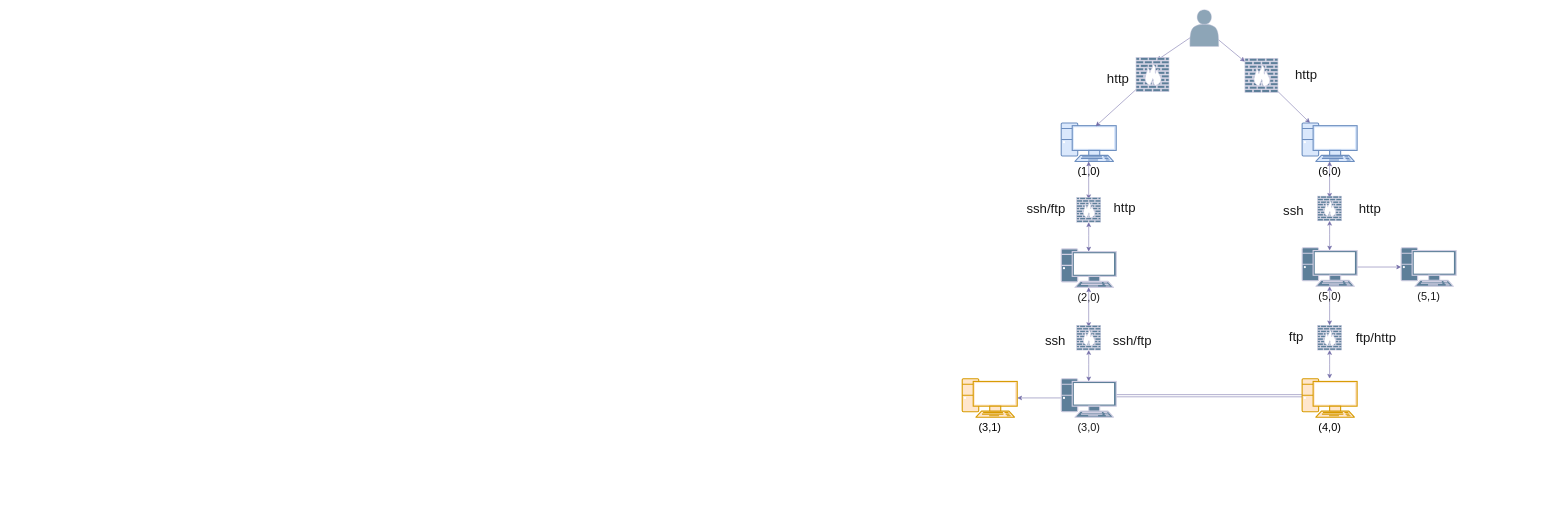
Before: 网络拓扑图.drawio in LaanTuring/MyFirst, a draw.io diagram. Source tidied: cells renumbered, new cells numbered last; positions are measured from the earlier drawing's top-left corner, leaving out a move shared by most shapes. Both pictures are drawn from the tidied source at 55%, with x=0, y=0 at pixel (962, 9).
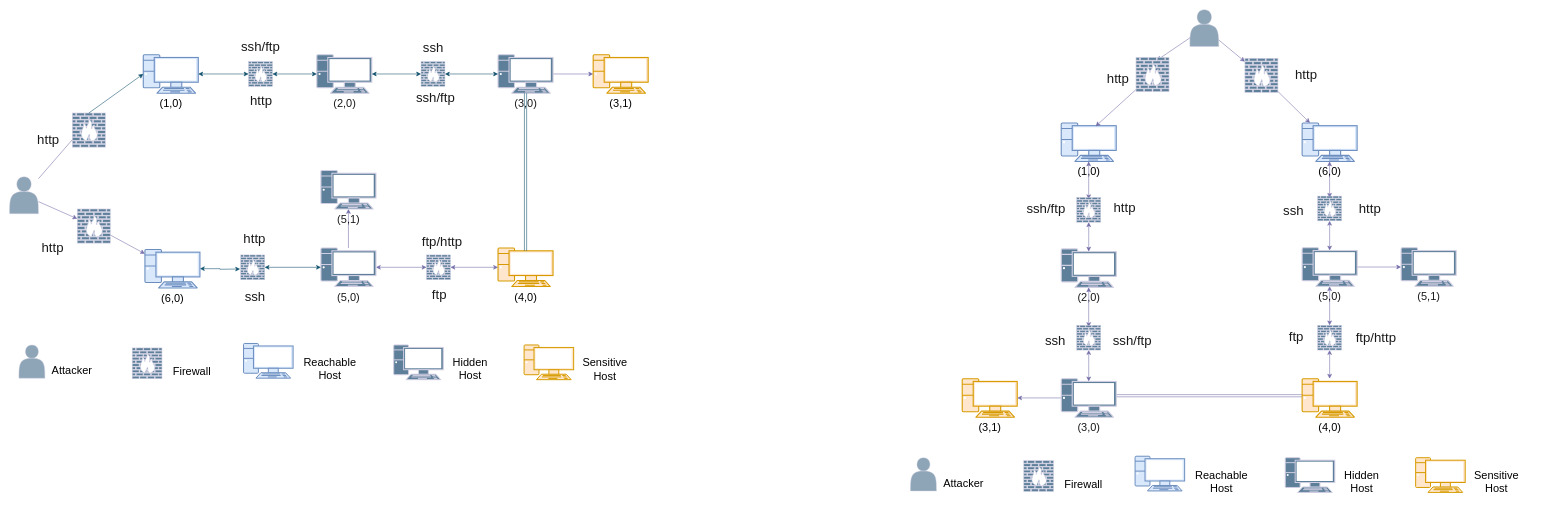
The same diagram, later.

Commit message (it also covers changes not shown here):
更新网络拓扑图.drawio

Change to the diagram source:
```diff
@@
+    <mxCell id="42" style="group;fontSize=20;" parent="1" vertex="1">
+      <mxGeometry x="-94" y="812" width="1133.5" height="74.9" as="geometry" />
+    </mxCell>
+    <mxCell id="43" style="verticalAlign=top;verticalLabelPosition=bottom;labelPosition=center;align=center;html=1;gradientDirection=north;strokeWidth=2;shape=mxgraph.networks.pc;rounded=1;shadow=0;comic=0;labelBackgroundColor=none;fillColor=#dae8fc;strokeColor=#6c8ebf;" parent="42" vertex="1">
+      <mxGeometry x="408.3" width="90.1" height="63.1" as="geometry" />
+    </mxCell>
+    <mxCell id="44" value="Reachable&lt;div style=&quot;font-size: 20px;&quot;&gt;Host&lt;/div&gt;" style="text;html=1;align=center;verticalAlign=middle;strokeColor=none;fillColor=none;fontColor=#000000;fontSize=20;" parent="42" vertex="1">
+      <mxGeometry x="507.6" y="14.9" width="114" height="60" as="geometry" />
+    </mxCell>
+    <mxCell id="45" style="verticalAlign=top;verticalLabelPosition=bottom;labelPosition=center;align=center;html=1;gradientDirection=north;strokeWidth=2;shape=mxgraph.networks.pc;rounded=1;shadow=0;comic=0;labelBackgroundColor=none;fillColor=#5D7F99;strokeColor=#D0CEE2;fontColor=#1A1A1A;" parent="42" vertex="1">
+      <mxGeometry x="681.3" y="2.7" width="90.1" height="63.1" as="geometry" />
+    </mxCell>
+    <mxCell id="46" value="Hidden&lt;br style=&quot;font-size: 20px;&quot;&gt;&lt;div style=&quot;font-size: 20px;&quot;&gt;Host&lt;/div&gt;" style="text;html=1;align=center;verticalAlign=middle;strokeColor=none;fillColor=none;fontColor=#000000;fontSize=20;" parent="42" vertex="1">
+      <mxGeometry x="779" y="14.9" width="81" height="60" as="geometry" />
+    </mxCell>
+    <mxCell id="47" style="verticalAlign=top;verticalLabelPosition=bottom;labelPosition=center;align=center;html=1;gradientDirection=north;strokeWidth=2;shape=mxgraph.networks.pc;rounded=1;shadow=0;comic=0;labelBackgroundColor=none;fillColor=#ffe6cc;strokeColor=#d79b00;" parent="42" vertex="1">
+      <mxGeometry x="918.4" y="2.7" width="90.1" height="63.1" as="geometry" />
+    </mxCell>
+    <mxCell id="48" value="Sensitive&lt;br style=&quot;font-size: 20px;&quot;&gt;&lt;div style=&quot;font-size: 20px;&quot;&gt;Host&lt;/div&gt;" style="text;html=1;align=center;verticalAlign=middle;strokeColor=none;fillColor=none;fontColor=#000000;fontSize=20;" parent="42" vertex="1">
+      <mxGeometry x="1015.5" y="15.7" width="99" height="60" as="geometry" />
+    </mxCell>
+    <mxCell id="49" style="shape=actor;whiteSpace=wrap;html=1;opacity=70;labelBackgroundColor=none;fillColor=#5D7F99;strokeColor=#D0CEE2;fontColor=#1A1A1A;" parent="42" vertex="1">
+      <mxGeometry y="2.7" width="47.2" height="60.4" as="geometry" />
+    </mxCell>
+    <mxCell id="50" value="&lt;font style=&quot;font-size: 20px;&quot;&gt;Attacker&lt;/font&gt;" style="text;html=1;align=center;verticalAlign=middle;strokeColor=none;fillColor=none;fontColor=#000000;fontSize=20;" parent="42" vertex="1">
+      <mxGeometry x="50.1" y="30" width="91" height="36" as="geometry" />
+    </mxCell>
+    <mxCell id="51" style="verticalAlign=top;verticalLabelPosition=bottom;labelPosition=center;align=center;html=1;gradientDirection=north;strokeWidth=2;shape=mxgraph.networks.firewall;rounded=1;shadow=0;comic=0;labelBackgroundColor=none;fillColor=#5D7F99;strokeColor=#D0CEE2;fontColor=#1A1A1A;" parent="42" vertex="1">
+      <mxGeometry x="205.9" y="8.1" width="54.1" height="55.9" as="geometry" />
+    </mxCell>
+    <mxCell id="52" value="&lt;font style=&quot;font-size: 20px;&quot;&gt;Firewall&lt;/font&gt;" style="text;html=1;align=center;verticalAlign=middle;strokeColor=none;fillColor=none;fontColor=#000000;fontSize=20;" parent="42" vertex="1">
+      <mxGeometry x="270.3" y="31.8" width="87" height="36" as="geometry" />
+    </mxCell>
+    <mxCell id="53" style="rounded=0;jettySize=auto;html=1;strokeColor=#736CA8;fontColor=#1A1A1A;" parent="1" edge="1" source="68" target="64">
+      <mxGeometry relative="1" as="geometry" />
+    </mxCell>
+    <mxCell id="54" style="shape=actor;whiteSpace=wrap;html=1;opacity=70;labelBackgroundColor=none;fillColor=#5D7F99;strokeColor=#D0CEE2;fontColor=#1A1A1A;" parent="1" vertex="1">
+      <mxGeometry x="-1732" y="304" width="52.4" height="67" as="geometry" />
+    </mxCell>
+    <mxCell id="55" value="&lt;font style=&quot;font-size: 20px;&quot;&gt;(1,0)&lt;/font&gt;" style="verticalAlign=top;verticalLabelPosition=bottom;labelPosition=center;align=center;html=1;gradientDirection=north;strokeWidth=2;shape=mxgraph.networks.pc;rounded=1;shadow=0;comic=0;labelBackgroundColor=none;fillColor=#dae8fc;strokeColor=#6c8ebf;" parent="1" vertex="1">
+      <mxGeometry x="-1489" y="82" width="100" height="70" as="geometry" />
+    </mxCell>
+    <mxCell id="56" value="&lt;font style=&quot;font-size: 20px;&quot;&gt;(2,0)&lt;/font&gt;" style="verticalAlign=top;verticalLabelPosition=bottom;labelPosition=center;align=center;html=1;gradientDirection=north;strokeWidth=2;shape=mxgraph.networks.pc;rounded=1;shadow=0;comic=0;labelBackgroundColor=none;fillColor=#5D7F99;strokeColor=#D0CEE2;fontColor=#1A1A1A;" parent="1" vertex="1">
+      <mxGeometry x="-1173.5" y="82" width="100" height="70" as="geometry" />
+    </mxCell>
+    <mxCell id="57" style="edgeStyle=orthogonalEdgeStyle;rounded=0;jettySize=auto;html=1;strokeColor=#736CA8;fontColor=#1A1A1A;" parent="1" edge="1" source="58" target="85">
+      <mxGeometry relative="1" as="geometry" />
+    </mxCell>
+    <mxCell id="58" value="&lt;font style=&quot;font-size: 20px;&quot;&gt;(3,0)&lt;/font&gt;" style="verticalAlign=top;verticalLabelPosition=bottom;labelPosition=center;align=center;html=1;gradientDirection=north;strokeWidth=2;shape=mxgraph.networks.pc;rounded=1;shadow=0;comic=0;labelBackgroundColor=none;fillColor=#5D7F99;strokeColor=#D0CEE2;fontColor=#1A1A1A;" parent="1" vertex="1">
+      <mxGeometry x="-844" y="82" width="100" height="70" as="geometry" />
+    </mxCell>
+    <mxCell id="59" style="edgeStyle=orthogonalEdgeStyle;rounded=0;jettySize=auto;html=1;strokeColor=#736CA8;fontColor=#1A1A1A;startArrow=classic;startFill=1;endArrow=classic;endFill=1;" parent="1" edge="1" source="76" target="62">
+      <mxGeometry relative="1" as="geometry" />
+    </mxCell>
+    <mxCell id="60" value="&lt;font style=&quot;font-size: 20px;&quot;&gt;(4,0)&lt;/font&gt;" style="verticalAlign=top;verticalLabelPosition=bottom;labelPosition=center;align=center;html=1;gradientDirection=north;strokeWidth=2;shape=mxgraph.networks.pc;rounded=1;shadow=0;comic=0;labelBackgroundColor=none;fillColor=#ffe6cc;strokeColor=#d79b00;" parent="1" vertex="1">
+      <mxGeometry x="-844" y="433.5" width="100" height="70" as="geometry" />
+    </mxCell>
+    <mxCell id="61" style="edgeStyle=orthogonalEdgeStyle;rounded=0;jettySize=auto;html=1;strokeColor=#736CA8;fontColor=#1A1A1A;" parent="1" edge="1" source="62" target="84">
+      <mxGeometry relative="1" as="geometry" />
+    </mxCell>
+    <mxCell id="62" value="&lt;font style=&quot;font-size: 20px;&quot;&gt;(5,0)&lt;/font&gt;" style="verticalAlign=top;verticalLabelPosition=bottom;labelPosition=center;align=center;html=1;gradientDirection=north;strokeWidth=2;shape=mxgraph.networks.pc;rounded=1;shadow=0;comic=0;labelBackgroundColor=none;fillColor=#5D7F99;strokeColor=#D0CEE2;fontColor=#1A1A1A;" parent="1" vertex="1">
+      <mxGeometry x="-1166" y="433.5" width="100" height="70" as="geometry" />
+    </mxCell>
+    <mxCell id="63" style="edgeStyle=orthogonalEdgeStyle;rounded=0;jettySize=auto;html=1;exitX=1;exitY=0.5;exitDx=0;exitDy=0;exitPerimeter=0;strokeColor=#0B4D6A;startArrow=classic;startFill=1;" parent="1" edge="1" source="64">
+      <mxGeometry relative="1" as="geometry">
+        <mxPoint x="-1313" y="471.6" as="targetPoint" />
+      </mxGeometry>
+    </mxCell>
+    <mxCell id="64" value="&lt;font style=&quot;font-size: 20px;&quot;&gt;(6,0)&lt;/font&gt;" style="verticalAlign=top;verticalLabelPosition=bottom;labelPosition=center;align=center;html=1;gradientDirection=north;strokeWidth=2;shape=mxgraph.networks.pc;rounded=1;shadow=0;comic=0;labelBackgroundColor=none;fillColor=#dae8fc;strokeColor=#6c8ebf;" parent="1" vertex="1">
+      <mxGeometry x="-1486" y="436" width="100" height="70" as="geometry" />
+    </mxCell>
+    <mxCell id="65" style="rounded=1;jettySize=auto;html=1;entryX=0.626;entryY=0.086;entryDx=0;entryDy=0;entryPerimeter=0;labelBackgroundColor=none;fontColor=default;strokeColor=#736CA8;curved=0;" parent="1" edge="1" source="54" target="66">
+      <mxGeometry relative="1" as="geometry" />
+    </mxCell>
+    <mxCell id="66" style="verticalAlign=top;verticalLabelPosition=bottom;labelPosition=center;align=center;html=1;gradientDirection=north;strokeWidth=2;shape=mxgraph.networks.firewall;rounded=1;shadow=0;comic=0;labelBackgroundColor=none;fillColor=#5D7F99;strokeColor=#D0CEE2;fontColor=#1A1A1A;" parent="1" vertex="1">
+      <mxGeometry x="-1618" y="188" width="60" height="62" as="geometry" />
+    </mxCell>
+    <mxCell id="67" style="rounded=0;jettySize=auto;html=1;strokeColor=#736CA8;fontColor=#1A1A1A;" parent="1" edge="1" source="54" target="68">
+      <mxGeometry relative="1" as="geometry" />
+    </mxCell>
+    <mxCell id="68" style="verticalAlign=top;verticalLabelPosition=bottom;labelPosition=center;align=center;html=1;gradientDirection=north;strokeWidth=2;shape=mxgraph.networks.firewall;rounded=1;shadow=0;comic=0;labelBackgroundColor=none;fillColor=#5D7F99;strokeColor=#D0CEE2;fontColor=#1A1A1A;" parent="1" vertex="1">
+      <mxGeometry x="-1609" y="362.5" width="60" height="62" as="geometry" />
+    </mxCell>
+    <mxCell id="69" value="&lt;font style=&quot;font-size: 24px;&quot;&gt;http&lt;/font&gt;" style="text;html=1;align=center;verticalAlign=middle;strokeColor=none;fillColor=none;fontColor=#1A1A1A;fontSize=24;" parent="1" vertex="1">
+      <mxGeometry x="-1691" y="216" width="58" height="41" as="geometry" />
+    </mxCell>
+    <mxCell id="70" value="&lt;font style=&quot;font-size: 24px;&quot;&gt;http&lt;/font&gt;" style="text;html=1;align=center;verticalAlign=middle;strokeColor=none;fillColor=none;fontColor=#1A1A1A;fontSize=24;" parent="1" vertex="1">
+      <mxGeometry x="-1304" y="145" width="58" height="41" as="geometry" />
+    </mxCell>
+    <mxCell id="71" value="&lt;font style=&quot;font-size: 24px;&quot;&gt;ssh/ftp&lt;/font&gt;" style="text;html=1;align=center;verticalAlign=middle;strokeColor=none;fillColor=none;fontColor=#1A1A1A;fontSize=24;" parent="1" vertex="1">
+      <mxGeometry x="-1003" y="139.5" width="89" height="41" as="geometry" />
+    </mxCell>
+    <mxCell id="72" style="verticalAlign=top;verticalLabelPosition=bottom;labelPosition=center;align=center;html=1;gradientDirection=north;strokeWidth=2;shape=mxgraph.networks.firewall;rounded=1;shadow=0;comic=0;labelBackgroundColor=none;fillColor=#5D7F99;strokeColor=#D0CEE2;fontColor=#1A1A1A;" parent="1" vertex="1">
+      <mxGeometry x="-1311.8" y="446" width="43.5" height="45" as="geometry" />
+    </mxCell>
+    <mxCell id="73" value="&amp;nbsp;" style="verticalAlign=top;verticalLabelPosition=bottom;labelPosition=center;align=center;html=1;gradientDirection=north;strokeWidth=2;shape=mxgraph.networks.firewall;rounded=1;shadow=0;comic=0;labelBackgroundColor=none;fillColor=#5D7F99;strokeColor=#D0CEE2;fontColor=#1A1A1A;" parent="1" vertex="1">
+      <mxGeometry x="-1297.6" y="94.5" width="43.5" height="45" as="geometry" />
+    </mxCell>
+    <mxCell id="74" style="verticalAlign=top;verticalLabelPosition=bottom;labelPosition=center;align=center;html=1;gradientDirection=north;strokeWidth=2;shape=mxgraph.networks.firewall;rounded=1;shadow=0;comic=0;labelBackgroundColor=none;fillColor=#5D7F99;strokeColor=#D0CEE2;fontColor=#1A1A1A;" parent="1" vertex="1">
+      <mxGeometry x="-984" y="94.5" width="43.5" height="45" as="geometry" />
+    </mxCell>
+    <mxCell id="75" style="edgeStyle=orthogonalEdgeStyle;rounded=0;jettySize=auto;html=1;strokeColor=#736CA8;fontColor=#1A1A1A;startArrow=classic;startFill=1;endArrow=classic;endFill=1;" parent="1" edge="1" source="60" target="76">
+      <mxGeometry relative="1" as="geometry" />
+    </mxCell>
+    <mxCell id="76" style="verticalAlign=top;verticalLabelPosition=bottom;labelPosition=center;align=center;html=1;gradientDirection=north;strokeWidth=2;shape=mxgraph.networks.firewall;rounded=1;shadow=0;comic=0;labelBackgroundColor=none;fillColor=#5D7F99;strokeColor=#D0CEE2;fontColor=#1A1A1A;" parent="1" vertex="1">
+      <mxGeometry x="-974" y="446" width="43.5" height="45" as="geometry" />
+    </mxCell>
+    <mxCell id="77" value="&lt;font style=&quot;font-size: 24px;&quot;&gt;http&lt;/font&gt;" style="text;html=1;align=center;verticalAlign=middle;strokeColor=none;fillColor=none;fontColor=#1A1A1A;fontSize=24;" parent="1" vertex="1">
+      <mxGeometry x="-1683" y="413" width="58" height="41" as="geometry" />
+    </mxCell>
+    <mxCell id="78" value="&lt;font style=&quot;font-size: 24px;&quot;&gt;ssh&lt;/font&gt;" style="text;html=1;align=center;verticalAlign=middle;strokeColor=none;fillColor=none;fontColor=#1A1A1A;fontSize=24;" parent="1" vertex="1">
+      <mxGeometry x="-1314" y="502" width="55" height="41" as="geometry" />
+    </mxCell>
+    <mxCell id="79" value="&lt;font style=&quot;font-size: 24px;&quot;&gt;ssh/ftp&lt;/font&gt;" style="text;html=1;align=center;verticalAlign=middle;strokeColor=none;fillColor=none;fontColor=#1A1A1A;fontSize=24;" parent="1" vertex="1">
+      <mxGeometry x="-1320.3" y="47" width="89" height="41" as="geometry" />
+    </mxCell>
+    <mxCell id="80" value="&lt;font style=&quot;font-size: 24px;&quot;&gt;ftp/http&lt;/font&gt;" style="text;html=1;align=center;verticalAlign=middle;strokeColor=none;fillColor=none;fontColor=#1A1A1A;fontSize=24;" parent="1" vertex="1">
+      <mxGeometry x="-991.7" y="401" width="91" height="41" as="geometry" />
+    </mxCell>
+    <mxCell id="81" value="&lt;font style=&quot;font-size: 24px;&quot;&gt;ftp&lt;/font&gt;" style="text;html=1;align=center;verticalAlign=middle;strokeColor=none;fillColor=none;fontColor=#1A1A1A;fontSize=24;" parent="1" vertex="1">
+      <mxGeometry x="-974" y="498" width="45" height="41" as="geometry" />
+    </mxCell>
+    <mxCell id="82" value="&lt;font style=&quot;font-size: 24px;&quot;&gt;ssh&lt;/font&gt;" style="text;html=1;align=center;verticalAlign=middle;strokeColor=none;fillColor=none;fontColor=#1A1A1A;fontSize=24;" parent="1" vertex="1">
+      <mxGeometry x="-989.7" y="49" width="55" height="41" as="geometry" />
+    </mxCell>
+    <mxCell id="83" value="&lt;font style=&quot;font-size: 24px;&quot;&gt;http&lt;/font&gt;" style="text;html=1;align=center;verticalAlign=middle;strokeColor=none;fillColor=none;fontColor=#1A1A1A;fontSize=24;" parent="1" vertex="1">
+      <mxGeometry x="-1316" y="396" width="58" height="41" as="geometry" />
+    </mxCell>
+    <mxCell id="84" value="&lt;font style=&quot;font-size: 20px;&quot;&gt;(5,1)&lt;/font&gt;" style="verticalAlign=top;verticalLabelPosition=bottom;labelPosition=center;align=center;html=1;gradientDirection=north;strokeWidth=2;shape=mxgraph.networks.pc;rounded=1;shadow=0;comic=0;labelBackgroundColor=none;fillColor=#5D7F99;strokeColor=#D0CEE2;fontColor=#1A1A1A;" parent="1" vertex="1">
+      <mxGeometry x="-1166" y="292.5" width="100" height="70" as="geometry" />
+    </mxCell>
+    <mxCell id="85" value="&lt;font style=&quot;font-size: 20px;&quot;&gt;(3,1)&lt;/font&gt;" style="verticalAlign=top;verticalLabelPosition=bottom;labelPosition=center;align=center;html=1;gradientDirection=north;strokeWidth=2;shape=mxgraph.networks.pc;rounded=1;shadow=0;comic=0;labelBackgroundColor=none;fillColor=#ffe6cc;strokeColor=#d79b00;" parent="1" vertex="1">
+      <mxGeometry x="-671" y="82" width="100" height="70" as="geometry" />
+    </mxCell>
+    <mxCell id="86" style="group;fontSize=20;" parent="1" vertex="1">
+      <mxGeometry x="-1715" y="607" width="1133.5" height="74.9" as="geometry" />
+    </mxCell>
+    <mxCell id="87" style="verticalAlign=top;verticalLabelPosition=bottom;labelPosition=center;align=center;html=1;gradientDirection=north;strokeWidth=2;shape=mxgraph.networks.pc;rounded=1;shadow=0;comic=0;labelBackgroundColor=none;fillColor=#dae8fc;strokeColor=#6c8ebf;" parent="86" vertex="1">
+      <mxGeometry x="408.3" width="90.1" height="63.1" as="geometry" />
+    </mxCell>
+    <mxCell id="88" value="Reachable&lt;div style=&quot;font-size: 20px;&quot;&gt;Host&lt;/div&gt;" style="text;html=1;align=center;verticalAlign=middle;strokeColor=none;fillColor=none;fontColor=#000000;fontSize=20;" parent="86" vertex="1">
+      <mxGeometry x="507.6" y="14.9" width="114" height="60" as="geometry" />
+    </mxCell>
+    <mxCell id="89" style="verticalAlign=top;verticalLabelPosition=bottom;labelPosition=center;align=center;html=1;gradientDirection=north;strokeWidth=2;shape=mxgraph.networks.pc;rounded=1;shadow=0;comic=0;labelBackgroundColor=none;fillColor=#5D7F99;strokeColor=#D0CEE2;fontColor=#1A1A1A;" parent="86" vertex="1">
+      <mxGeometry x="681.3" y="2.7" width="90.1" height="63.1" as="geometry" />
+    </mxCell>
+    <mxCell id="90" value="Hidden&lt;br style=&quot;font-size: 20px;&quot;&gt;&lt;div style=&quot;font-size: 20px;&quot;&gt;Host&lt;/div&gt;" style="text;html=1;align=center;verticalAlign=middle;strokeColor=none;fillColor=none;fontColor=#000000;fontSize=20;" parent="86" vertex="1">
+      <mxGeometry x="779" y="14.9" width="81" height="60" as="geometry" />
+    </mxCell>
+    <mxCell id="91" style="verticalAlign=top;verticalLabelPosition=bottom;labelPosition=center;align=center;html=1;gradientDirection=north;strokeWidth=2;shape=mxgraph.networks.pc;rounded=1;shadow=0;comic=0;labelBackgroundColor=none;fillColor=#ffe6cc;strokeColor=#d79b00;" parent="86" vertex="1">
+      <mxGeometry x="918.4" y="2.7" width="90.1" height="63.1" as="geometry" />
+    </mxCell>
+    <mxCell id="92" value="Sensitive&lt;br style=&quot;font-size: 20px;&quot;&gt;&lt;div style=&quot;font-size: 20px;&quot;&gt;Host&lt;/div&gt;" style="text;html=1;align=center;verticalAlign=middle;strokeColor=none;fillColor=none;fontColor=#000000;fontSize=20;" parent="86" vertex="1">
+      <mxGeometry x="1015.5" y="15.7" width="99" height="60" as="geometry" />
+    </mxCell>
+    <mxCell id="93" style="shape=actor;whiteSpace=wrap;html=1;opacity=70;labelBackgroundColor=none;fillColor=#5D7F99;strokeColor=#D0CEE2;fontColor=#1A1A1A;" parent="86" vertex="1">
+      <mxGeometry y="2.7" width="47.2" height="60.4" as="geometry" />
+    </mxCell>
+    <mxCell id="94" value="&lt;font style=&quot;font-size: 20px;&quot;&gt;Attacker&lt;/font&gt;" style="text;html=1;align=center;verticalAlign=middle;strokeColor=none;fillColor=none;fontColor=#000000;fontSize=20;" parent="86" vertex="1">
+      <mxGeometry x="50.1" y="30" width="91" height="36" as="geometry" />
+    </mxCell>
+    <mxCell id="95" style="verticalAlign=top;verticalLabelPosition=bottom;labelPosition=center;align=center;html=1;gradientDirection=north;strokeWidth=2;shape=mxgraph.networks.firewall;rounded=1;shadow=0;comic=0;labelBackgroundColor=none;fillColor=#5D7F99;strokeColor=#D0CEE2;fontColor=#1A1A1A;" parent="86" vertex="1">
+      <mxGeometry x="205.9" y="8.1" width="54.1" height="55.9" as="geometry" />
+    </mxCell>
+    <mxCell id="96" value="&lt;font style=&quot;font-size: 20px;&quot;&gt;Firewall&lt;/font&gt;" style="text;html=1;align=center;verticalAlign=middle;strokeColor=none;fillColor=none;fontColor=#000000;fontSize=20;" parent="86" vertex="1">
+      <mxGeometry x="270.3" y="31.8" width="87" height="36" as="geometry" />
+    </mxCell>
+    <mxCell id="97" style="rounded=0;jettySize=auto;html=1;exitX=0.5;exitY=0;exitDx=0;exitDy=0;exitPerimeter=0;entryX=0;entryY=0.5;entryDx=0;entryDy=0;entryPerimeter=0;strokeColor=#0B4D6A;" parent="1" edge="1" source="66" target="55">
+      <mxGeometry relative="1" as="geometry" />
+    </mxCell>
+    <mxCell id="98" style="edgeStyle=orthogonalEdgeStyle;rounded=0;jettySize=auto;html=1;entryX=0;entryY=0.5;entryDx=0;entryDy=0;entryPerimeter=0;strokeColor=#0B4D6A;startArrow=classic;startFill=1;" parent="1" edge="1" source="55" target="73">
+      <mxGeometry relative="1" as="geometry" />
+    </mxCell>
+    <mxCell id="99" style="edgeStyle=orthogonalEdgeStyle;rounded=0;jettySize=auto;html=1;exitX=1;exitY=0.5;exitDx=0;exitDy=0;exitPerimeter=0;entryX=0;entryY=0.5;entryDx=0;entryDy=0;entryPerimeter=0;strokeColor=#0B4D6A;startArrow=classic;startFill=1;" parent="1" edge="1" source="73" target="56">
+      <mxGeometry relative="1" as="geometry" />
+    </mxCell>
+    <mxCell id="100" style="edgeStyle=orthogonalEdgeStyle;rounded=0;jettySize=auto;html=1;entryX=0.5;entryY=0.07;entryDx=0;entryDy=0;entryPerimeter=0;strokeColor=#0B4D6A;shape=link;" parent="1" edge="1" source="58" target="60">
+      <mxGeometry relative="1" as="geometry" />
+    </mxCell>
+    <mxCell id="101" style="edgeStyle=orthogonalEdgeStyle;rounded=0;jettySize=auto;html=1;exitX=1;exitY=0.5;exitDx=0;exitDy=0;exitPerimeter=0;entryX=0;entryY=0.5;entryDx=0;entryDy=0;entryPerimeter=0;strokeColor=#0B4D6A;startArrow=classic;startFill=1;" parent="1" edge="1" source="56" target="74">
+      <mxGeometry relative="1" as="geometry" />
+    </mxCell>
+    <mxCell id="102" style="edgeStyle=orthogonalEdgeStyle;rounded=0;jettySize=auto;html=1;exitX=1;exitY=0.5;exitDx=0;exitDy=0;exitPerimeter=0;entryX=0;entryY=0.5;entryDx=0;entryDy=0;entryPerimeter=0;strokeColor=#0B4D6A;startArrow=classic;startFill=1;" parent="1" edge="1" source="74" target="58">
+      <mxGeometry relative="1" as="geometry" />
+    </mxCell>
+    <mxCell id="103" style="edgeStyle=orthogonalEdgeStyle;rounded=0;jettySize=auto;html=1;exitX=1;exitY=0.5;exitDx=0;exitDy=0;exitPerimeter=0;entryX=0;entryY=0.5;entryDx=0;entryDy=0;entryPerimeter=0;strokeColor=#0B4D6A;startArrow=classic;startFill=1;" parent="1" edge="1" source="72" target="62">
+      <mxGeometry relative="1" as="geometry" />
+    </mxCell>
```
